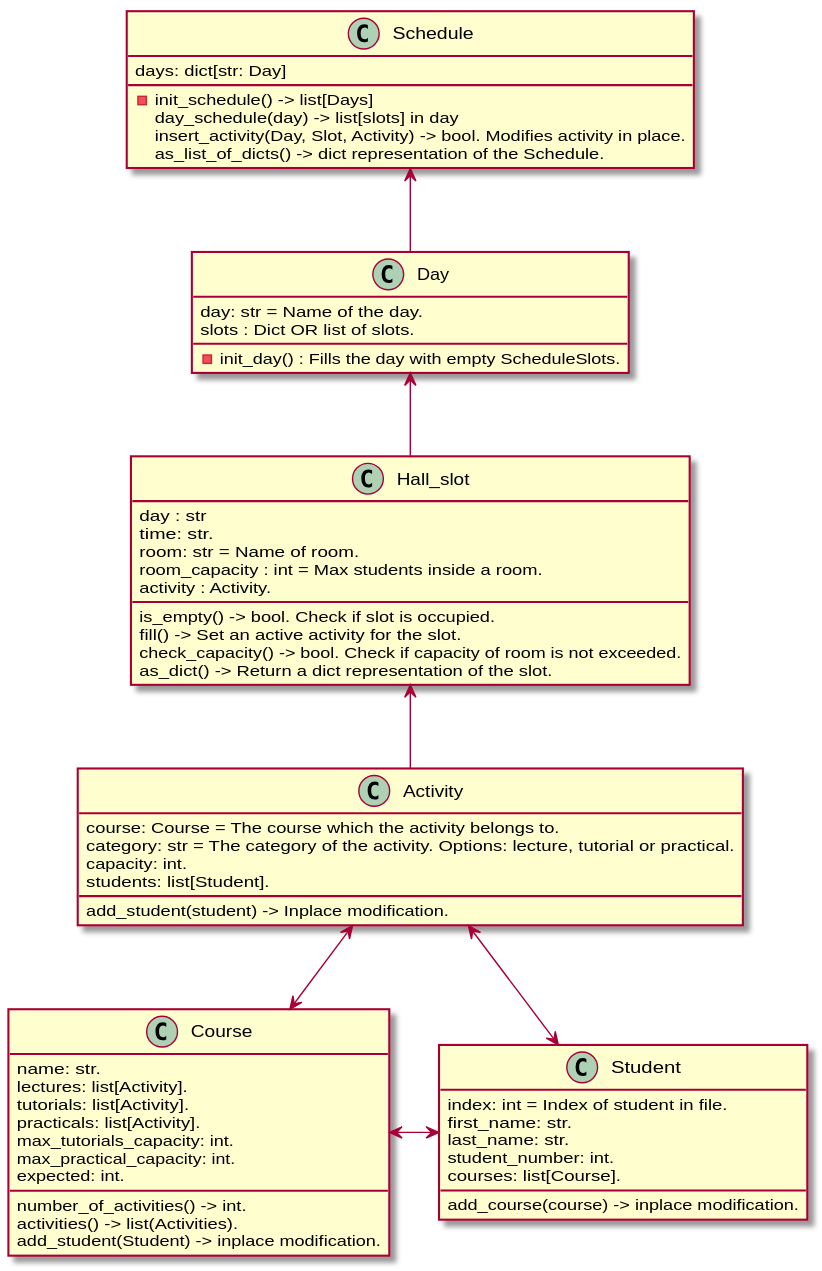
The PlantUML diagram FirstDiagram.svg in 11907223/Lesroosters, before a commit.
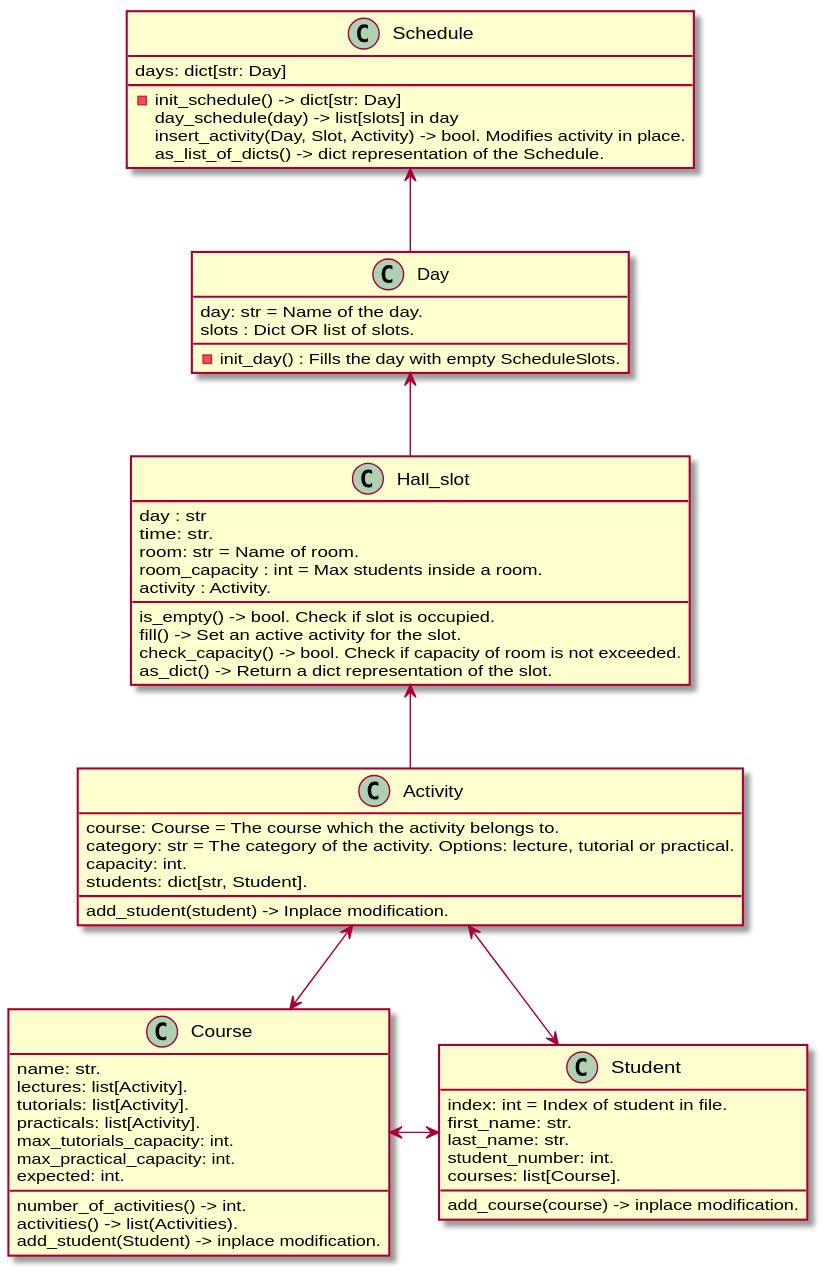
The same file after the commit.

Diff of the diagram source:
```diff
@@ -2,7 +2,7 @@
 
 class Schedule{
     days: dict[str: Day]
-    -init_schedule() -> list[Days]
+    -init_schedule() -> dict[str: Day]
     day_schedule(day) -> list[slots] in day
     insert_activity(Day, Slot, Activity) -> bool. Modifies activity in place.
     as_list_of_dicts() -> dict representation of the Schedule.
@@ -31,7 +31,7 @@
     course: Course = The course which the activity belongs to.
     category: str = The category of the activity. Options: lecture, tutorial or practical.
     capacity: int.
-    students: list[Student].
+    students: dict[str, Student].
 }
 
 class Course{
```
